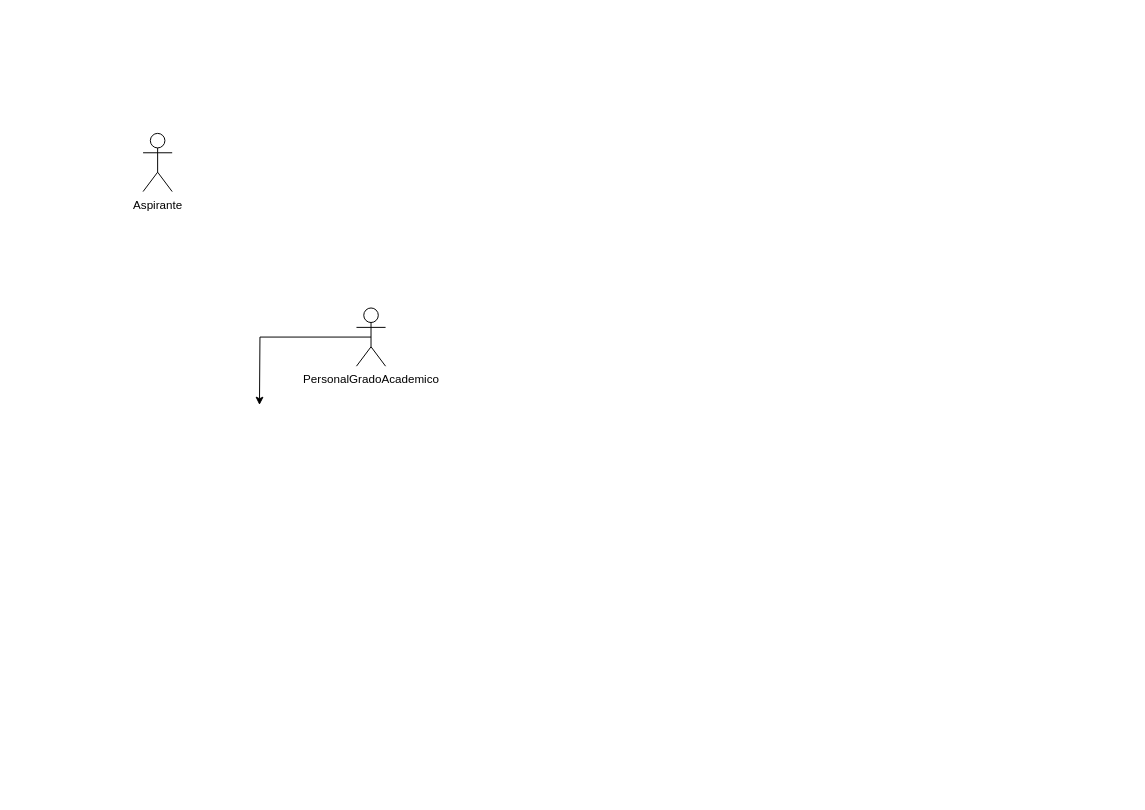
The draw.io diagram caso_uso_titulate.drawio in DrAtl30/potro_titulate, before the edit. Source tidied: cells renumbered, new cells numbered last; positions are measured from the earlier drawing's top-left corner, leaving out a move shared by most shapes. Both pictures are drawn from the tidied source at 97%, with x=0, y=0 at pixel (143, 133).
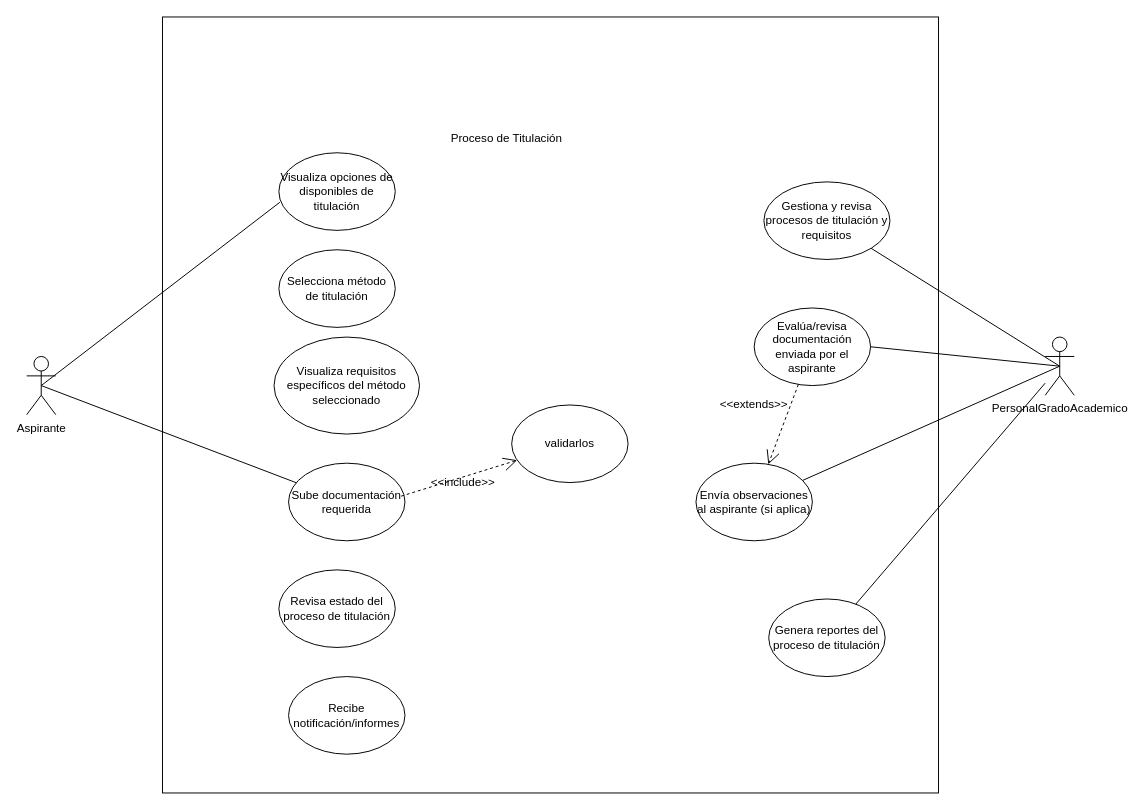
The same page after the edit.

Change to the diagram source:
```diff
@@
     <mxCell id="2" value="Aspirante" style="shape=umlActor;verticalLabelPosition=bottom;verticalAlign=top;html=1;outlineConnect=0;" parent="1" vertex="1">
-      <mxGeometry width="30" height="60" as="geometry" />
+      <mxGeometry x="-120" y="230" width="30" height="60" as="geometry" />
     </mxCell>
-    <mxCell id="3" style="edgeStyle=orthogonalEdgeStyle;rounded=0;jettySize=auto;html=1;exitX=0.5;exitY=0.5;exitDx=0;exitDy=0;exitPerimeter=0;" parent="1" edge="1" source="4">
-      <mxGeometry relative="1" as="geometry">
-        <mxPoint x="120" y="280" as="targetPoint" />
-      </mxGeometry>
-    </mxCell>
     <mxCell id="4" value="PersonalGradoAcademico" style="shape=umlActor;verticalLabelPosition=bottom;verticalAlign=top;html=1;outlineConnect=0;" parent="1" vertex="1">
-      <mxGeometry x="220" y="180" width="30" height="60" as="geometry" />
+      <mxGeometry x="930" y="210" width="30" height="60" as="geometry" />
     </mxCell>
+    <mxCell id="5" style="whiteSpace=wrap;html=1;" parent="1" vertex="1">
+      <mxGeometry x="20" y="-120" width="800" height="800" as="geometry" />
+    </mxCell>
+    <mxCell id="6" value="validarlos" style="ellipse;whiteSpace=wrap;html=1;" parent="1" vertex="1">
+      <mxGeometry x="380" y="280" width="120" height="80" as="geometry" />
+    </mxCell>
+    <mxCell id="7" value="Sube documentación requerida" style="ellipse;whiteSpace=wrap;html=1;" parent="1" vertex="1">
+      <mxGeometry x="150" y="340" width="120" height="80" as="geometry" />
+    </mxCell>
+    <mxCell id="8" value="Evalúa/revisa documentación enviada por el aspirante" style="ellipse;whiteSpace=wrap;html=1;" parent="1" vertex="1">
+      <mxGeometry x="630" y="180" width="120" height="80" as="geometry" />
+    </mxCell>
+    <mxCell id="9" value="Gestiona y revisa procesos de titulación y requisitos" style="ellipse;whiteSpace=wrap;html=1;" parent="1" vertex="1">
+      <mxGeometry x="640" y="50" width="130" height="80" as="geometry" />
+    </mxCell>
+    <mxCell id="10" value="Visualiza opciones de disponibles de titulación" style="ellipse;whiteSpace=wrap;html=1;" parent="1" vertex="1">
+      <mxGeometry x="140" y="20" width="120" height="80" as="geometry" />
+    </mxCell>
+    <mxCell id="11" value="Selecciona método de titulación" style="ellipse;whiteSpace=wrap;html=1;" parent="1" vertex="1">
+      <mxGeometry x="140" y="120" width="120" height="80" as="geometry" />
+    </mxCell>
+    <mxCell id="12" value="Visualiza requisitos específicos del método seleccionado" style="ellipse;whiteSpace=wrap;html=1;" parent="1" vertex="1">
+      <mxGeometry x="135" y="210" width="150" height="100" as="geometry" />
+    </mxCell>
+    <mxCell id="13" value="Revisa estado del proceso de titulación" style="ellipse;whiteSpace=wrap;html=1;" parent="1" vertex="1">
+      <mxGeometry x="140" y="450" width="120" height="80" as="geometry" />
+    </mxCell>
+    <mxCell id="14" value="Recibe notificación/informes" style="ellipse;whiteSpace=wrap;html=1;" parent="1" vertex="1">
+      <mxGeometry x="150" y="560" width="120" height="80" as="geometry" />
+    </mxCell>
+    <mxCell id="15" value="Envía observaciones al aspirante (si aplica)" style="ellipse;whiteSpace=wrap;html=1;" parent="1" vertex="1">
+      <mxGeometry x="570" y="340" width="120" height="80" as="geometry" />
+    </mxCell>
+    <mxCell id="16" value="Genera reportes del proceso de titulación" style="ellipse;whiteSpace=wrap;html=1;" parent="1" vertex="1">
+      <mxGeometry x="645" y="480" width="120" height="80" as="geometry" />
+    </mxCell>
+    <mxCell id="17" value="Proceso de Titulación" style="text;html=1;align=center;verticalAlign=middle;whiteSpace=wrap;rounded=0;" parent="1" vertex="1">
+      <mxGeometry x="300" y="-10" width="150" height="30" as="geometry" />
+    </mxCell>
+    <mxCell id="18" style="endArrow=none;html=1;rounded=0;entryX=0.5;entryY=0.5;entryDx=0;entryDy=0;entryPerimeter=0;exitX=0.008;exitY=0.638;exitDx=0;exitDy=0;exitPerimeter=0;" parent="1" edge="1" source="10" target="2">
+      <mxGeometry relative="1" as="geometry" />
+    </mxCell>
+    <mxCell id="19" style="endArrow=open;endSize=12;dashed=1;html=1;rounded=0;exitX=0.967;exitY=0.425;exitDx=0;exitDy=0;exitPerimeter=0;" parent="1" edge="1" source="7" target="6">
+      <mxGeometry relative="1" as="geometry" />
+    </mxCell>
+    <mxCell id="20" value="&amp;lt;&amp;lt;include&amp;gt;&amp;gt;" style="text;html=1;align=center;verticalAlign=middle;whiteSpace=wrap;rounded=0;" parent="1" vertex="1">
+      <mxGeometry x="300" y="345" width="60" height="30" as="geometry" />
+    </mxCell>
+    <mxCell id="21" style="endArrow=none;html=1;rounded=0;exitX=0.5;exitY=0.5;exitDx=0;exitDy=0;exitPerimeter=0;" parent="1" edge="1" source="2" target="7">
+      <mxGeometry relative="1" as="geometry" />
+    </mxCell>
+    <mxCell id="22" style="endArrow=open;endSize=12;dashed=1;html=1;rounded=0;" parent="1" edge="1" source="8" target="15">
+      <mxGeometry relative="1" as="geometry" />
+    </mxCell>
+    <mxCell id="23" value="&amp;lt;&amp;lt;extends&amp;gt;&amp;gt;" style="text;html=1;align=center;verticalAlign=middle;whiteSpace=wrap;rounded=0;" parent="1" vertex="1">
+      <mxGeometry x="600" y="265" width="60" height="30" as="geometry" />
+    </mxCell>
+    <mxCell id="24" style="endArrow=none;html=1;rounded=0;entryX=0.5;entryY=0.5;entryDx=0;entryDy=0;entryPerimeter=0;" parent="1" edge="1" source="9" target="4">
+      <mxGeometry relative="1" as="geometry" />
+    </mxCell>
+    <mxCell id="25" style="endArrow=none;html=1;rounded=0;entryX=0.5;entryY=0.5;entryDx=0;entryDy=0;entryPerimeter=0;exitX=1;exitY=0.5;exitDx=0;exitDy=0;" parent="1" edge="1" source="8" target="4">
+      <mxGeometry relative="1" as="geometry" />
+    </mxCell>
+    <mxCell id="26" style="endArrow=none;html=1;rounded=0;entryX=0.5;entryY=0.5;entryDx=0;entryDy=0;entryPerimeter=0;" parent="1" edge="1" source="15" target="4">
+      <mxGeometry relative="1" as="geometry" />
+    </mxCell>
+    <mxCell id="27" style="endArrow=none;html=1;rounded=0;" parent="1" edge="1" source="16" target="4">
+      <mxGeometry relative="1" as="geometry" />
+    </mxCell>
```
